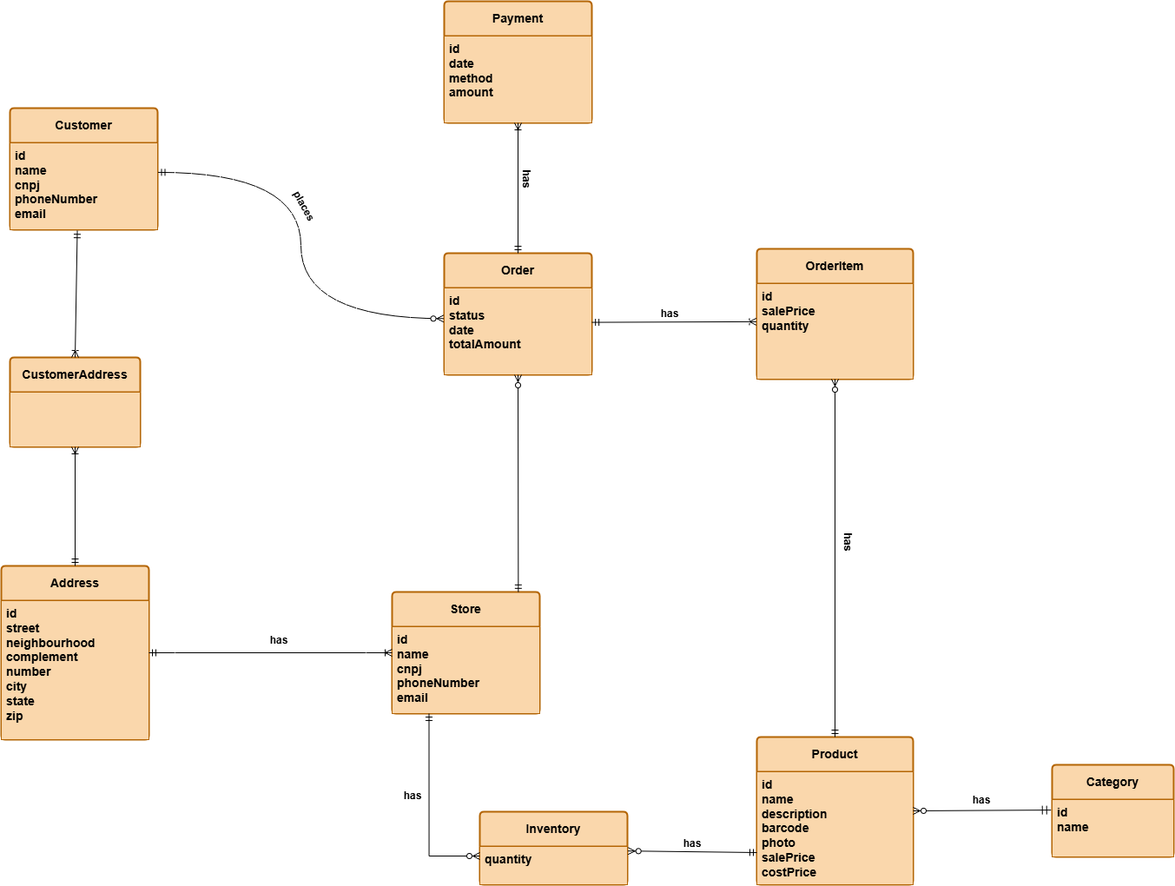
This is database/ER Diagram/logical_data_model/logical_data_model_image.drawio.png from lucasferreira09/Store_Management_System, a draw.io export, as it was before one commit. Source tidied: cells renumbered, new cells last; positions are measured from the earlier drawing's top-left corner, leaving out a move shared by most shapes.
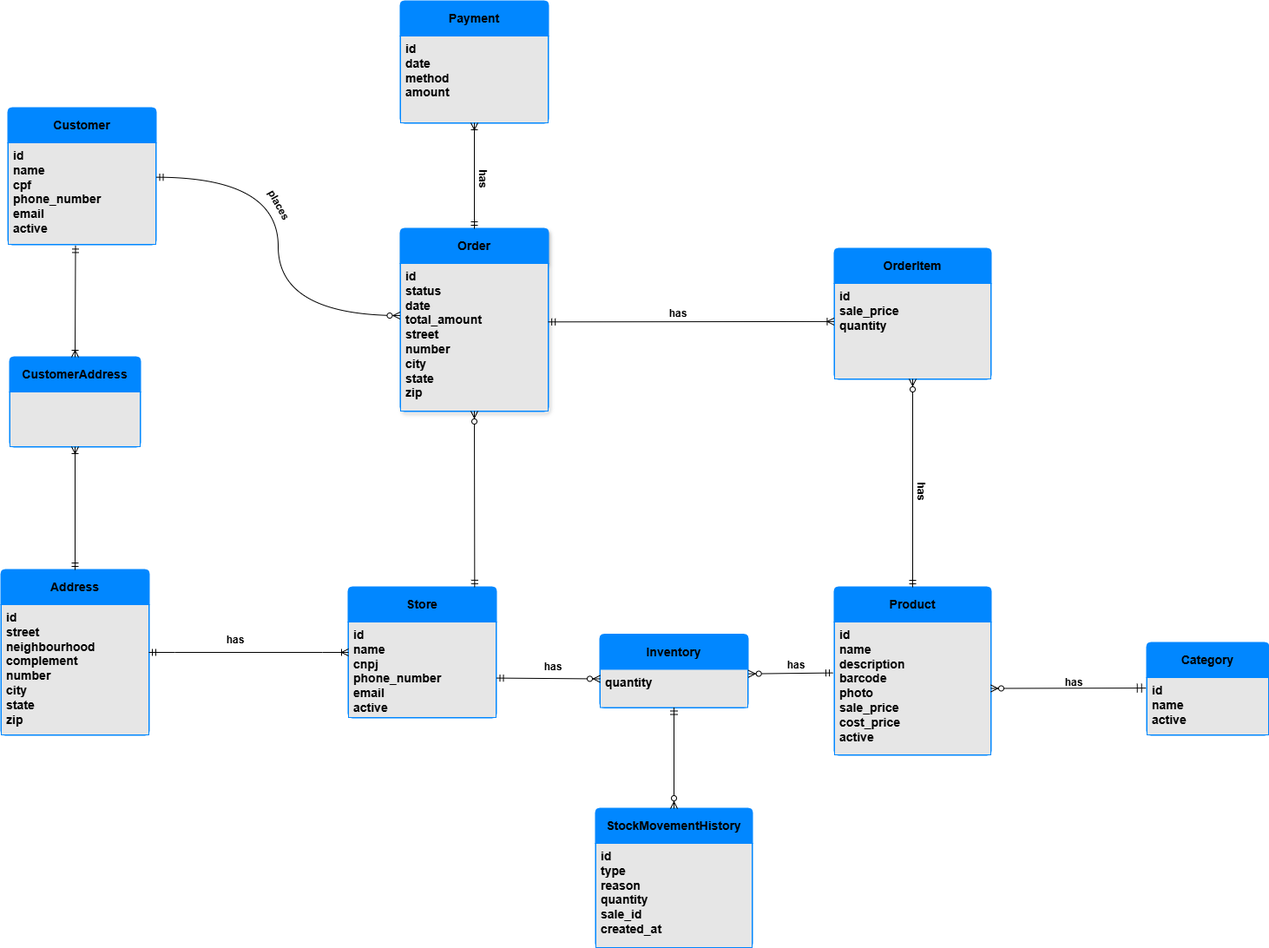
Above is the later version.

The edit, as a diff of the source:
```diff
@@ -4,68 +4,67 @@
     <mxCell id="1" parent="0" />
-    <mxCell id="2" value="Store" style="swimlane;horizontal=1;startSize=40;rounded=1;fontSize=14;fontStyle=1;strokeWidth=2;shadow=0;dashed=0;align=center;arcSize=4;whiteSpace=wrap;html=1;fillStyle=auto;fontFamily=Helvetica;labelBackgroundColor=none;fillColor=#fad7ac;strokeColor=#b46504;" parent="1" vertex="1">
-      <mxGeometry x="450" y="680" width="170" height="140" as="geometry" />
+    <mxCell id="2" value="Store" style="swimlane;horizontal=1;startSize=40;rounded=1;fontSize=14;fontStyle=1;strokeWidth=2;shadow=0;dashed=0;align=center;arcSize=4;whiteSpace=wrap;html=1;fillStyle=auto;fontFamily=Helvetica;labelBackgroundColor=none;fillColor=#0187FF;strokeColor=#0187FF;" parent="1" vertex="1">
+      <mxGeometry x="450" y="675" width="170" height="150" as="geometry" />
     </mxCell>
-    <mxCell id="3" value="id&lt;br&gt;name&lt;div&gt;cnpj&lt;/div&gt;&lt;div&gt;phoneNumber&lt;/div&gt;&lt;div&gt;email&lt;/div&gt;" style="align=left;spacingLeft=4;spacingRight=4;fontSize=14;verticalAlign=top;html=1;whiteSpace=wrap;fontStyle=1;labelBackgroundColor=none;fillColor=#fad7ac;strokeColor=#b46504;" parent="2" vertex="1">
-      <mxGeometry y="40" width="170" height="100" as="geometry" />
+    <mxCell id="3" value="id&lt;br&gt;name&lt;div&gt;cnpj&lt;/div&gt;&lt;div&gt;phone_number&lt;/div&gt;&lt;div&gt;email&lt;/div&gt;&lt;div&gt;active&lt;/div&gt;" style="align=left;spacingLeft=4;spacingRight=4;fontSize=14;verticalAlign=top;html=1;whiteSpace=wrap;fontStyle=1;labelBackgroundColor=none;fillColor=#E6E6E6;strokeColor=#0187FF;" parent="2" vertex="1">
+      <mxGeometry y="40" width="170" height="110" as="geometry" />
     </mxCell>
-    <mxCell id="4" value="Address" style="swimlane;horizontal=1;startSize=40;rounded=1;fontSize=14;fontStyle=1;strokeWidth=2;shadow=0;dashed=0;align=center;arcSize=4;whiteSpace=wrap;html=1;fillStyle=auto;fontFamily=Helvetica;fillColor=#fad7ac;strokeColor=#b46504;" parent="1" vertex="1">
-      <mxGeometry y="650" width="170" height="200" as="geometry" />
+    <mxCell id="4" value="Address" style="swimlane;horizontal=1;startSize=40;rounded=1;fontSize=14;fontStyle=1;strokeWidth=2;shadow=0;dashed=0;align=center;arcSize=4;whiteSpace=wrap;html=1;fillStyle=auto;fontFamily=Helvetica;fillColor=#0187FF;strokeColor=#0187FF;" parent="1" vertex="1">
+      <mxGeometry x="50" y="655" width="170" height="190" as="geometry" />
     </mxCell>
-    <mxCell id="5" value="id&lt;br&gt;street&lt;div&gt;neighbourhood&lt;/div&gt;&lt;div&gt;complement&lt;/div&gt;&lt;div&gt;number&lt;/div&gt;&lt;div&gt;city&lt;/div&gt;&lt;div&gt;state&lt;/div&gt;&lt;div&gt;zip&lt;/div&gt;" style="align=left;spacingLeft=4;spacingRight=4;fontSize=14;verticalAlign=top;html=1;whiteSpace=wrap;fontStyle=1;fillColor=#fad7ac;strokeColor=#b46504;" parent="4" vertex="1">
-      <mxGeometry y="40" width="170" height="160" as="geometry" />
+    <mxCell id="5" value="id&lt;br&gt;street&lt;div&gt;neighbourhood&lt;/div&gt;&lt;div&gt;complement&lt;/div&gt;&lt;div&gt;number&lt;/div&gt;&lt;div&gt;city&lt;/div&gt;&lt;div&gt;state&lt;/div&gt;&lt;div&gt;zip&lt;/div&gt;" style="align=left;spacingLeft=4;spacingRight=4;fontSize=14;verticalAlign=top;html=1;whiteSpace=wrap;fontStyle=1;fillColor=#E6E6E6;strokeColor=#0187FF;" parent="4" vertex="1">
+      <mxGeometry y="40" width="170" height="150" as="geometry" />
     </mxCell>
-    <mxCell id="6" value="Customer" style="swimlane;horizontal=1;startSize=40;rounded=1;fontSize=14;fontStyle=1;strokeWidth=2;shadow=0;dashed=0;align=center;arcSize=4;whiteSpace=wrap;html=1;fillStyle=auto;fontFamily=Helvetica;fillColor=#fad7ac;strokeColor=#b46504;" parent="1" vertex="1">
-      <mxGeometry x="10" y="123" width="170" height="140" as="geometry" />
+    <mxCell id="6" value="Customer" style="swimlane;horizontal=1;startSize=40;rounded=1;fontSize=14;fontStyle=1;strokeWidth=2;shadow=0;dashed=0;align=center;arcSize=4;whiteSpace=wrap;html=1;fillStyle=auto;fontFamily=Helvetica;fillColor=#0187FF;strokeColor=#0187FF;" parent="1" vertex="1">
+      <mxGeometry x="58" y="123" width="170" height="157" as="geometry" />
     </mxCell>
-    <mxCell id="7" value="id&lt;br&gt;name&lt;div&gt;cnpj&lt;/div&gt;&lt;div&gt;phoneNumber&lt;/div&gt;&lt;div&gt;email&lt;/div&gt;" style="align=left;spacingLeft=4;spacingRight=4;fontSize=14;verticalAlign=top;html=1;whiteSpace=wrap;fontStyle=1;fillColor=#fad7ac;strokeColor=#b46504;" parent="6" vertex="1">
-      <mxGeometry y="40" width="170" height="100" as="geometry" />
+    <mxCell id="7" value="id&lt;br&gt;name&lt;div&gt;cpf&lt;/div&gt;&lt;div&gt;phone_number&lt;/div&gt;&lt;div&gt;email&lt;/div&gt;&lt;div&gt;active&lt;/div&gt;" style="align=left;spacingLeft=4;spacingRight=4;fontSize=14;verticalAlign=top;html=1;whiteSpace=wrap;fontStyle=1;fillColor=#E6E6E6;strokeColor=#0187FF;" parent="6" vertex="1">
+      <mxGeometry y="40" width="170" height="117" as="geometry" />
     </mxCell>
-    <mxCell id="8" value="Payment" style="swimlane;horizontal=1;startSize=40;rounded=1;fontSize=14;fontStyle=1;strokeWidth=2;shadow=0;dashed=0;align=center;arcSize=4;whiteSpace=wrap;html=1;fillStyle=auto;fontFamily=Helvetica;fillColor=#fad7ac;strokeColor=#b46504;" parent="1" vertex="1">
+    <mxCell id="8" value="Payment" style="swimlane;horizontal=1;startSize=40;rounded=1;fontSize=14;fontStyle=1;strokeWidth=2;shadow=0;dashed=0;align=center;arcSize=4;whiteSpace=wrap;html=1;fillStyle=auto;fontFamily=Helvetica;fillColor=#0187FF;strokeColor=#0187FF;" parent="1" vertex="1">
       <mxGeometry x="510" width="170" height="140" as="geometry" />
     </mxCell>
-    <mxCell id="9" value="id&lt;br&gt;date&lt;div&gt;method&lt;/div&gt;&lt;div&gt;amount&lt;/div&gt;" style="align=left;spacingLeft=4;spacingRight=4;fontSize=14;verticalAlign=top;html=1;whiteSpace=wrap;fontStyle=1;fillColor=#fad7ac;strokeColor=#b46504;" parent="8" vertex="1">
+    <mxCell id="9" value="id&lt;br&gt;date&lt;div&gt;method&lt;/div&gt;&lt;div&gt;amount&lt;/div&gt;" style="align=left;spacingLeft=4;spacingRight=4;fontSize=14;verticalAlign=top;html=1;whiteSpace=wrap;fontStyle=1;fillColor=#E6E6E6;strokeColor=#0187FF;" parent="8" vertex="1">
       <mxGeometry y="40" width="170" height="100" as="geometry" />
     </mxCell>
-    <mxCell id="10" value="Order" style="swimlane;horizontal=1;startSize=40;rounded=1;fontSize=14;fontStyle=1;strokeWidth=2;shadow=0;dashed=0;align=center;arcSize=4;whiteSpace=wrap;html=1;fillStyle=auto;fontFamily=Helvetica;fillColor=#fad7ac;strokeColor=#b46504;" parent="1" vertex="1">
-      <mxGeometry x="510" y="290" width="170" height="140" as="geometry" />
+    <mxCell id="10" value="Order" style="swimlane;horizontal=1;startSize=40;rounded=1;fontSize=14;fontStyle=1;strokeWidth=2;shadow=1;dashed=0;align=center;arcSize=4;whiteSpace=wrap;html=1;fillStyle=auto;fontFamily=Helvetica;fillColor=#0187FF;strokeColor=#0187FF;" parent="1" vertex="1">
+      <mxGeometry x="510" y="262" width="170" height="210" as="geometry" />
     </mxCell>
-    <mxCell id="11" value="id&lt;br&gt;status&lt;div&gt;date&lt;/div&gt;&lt;div&gt;totalAmount&lt;/div&gt;" style="align=left;spacingLeft=4;spacingRight=4;fontSize=14;verticalAlign=top;html=1;whiteSpace=wrap;fontStyle=1;fillColor=#fad7ac;strokeColor=#b46504;" parent="10" vertex="1">
-      <mxGeometry y="40" width="170" height="100" as="geometry" />
+    <mxCell id="11" value="id&lt;br&gt;status&lt;div&gt;date&lt;/div&gt;&lt;div&gt;total_amount&lt;/div&gt;&lt;div&gt;street&lt;/div&gt;&lt;div&gt;number&lt;/div&gt;&lt;div&gt;city&lt;/div&gt;&lt;div&gt;state&lt;/div&gt;&lt;div&gt;zip&lt;/div&gt;" style="align=left;spacingLeft=4;spacingRight=4;fontSize=14;verticalAlign=top;html=1;whiteSpace=wrap;fontStyle=1;fillColor=#E6E6E6;strokeColor=#0187FF;" parent="10" vertex="1">
+      <mxGeometry y="40" width="170" height="170" as="geometry" />
     </mxCell>
-    <mxCell id="12" value="OrderItem" style="swimlane;horizontal=1;startSize=40;rounded=1;fontSize=14;fontStyle=1;strokeWidth=2;shadow=0;dashed=0;align=center;arcSize=4;whiteSpace=wrap;html=1;fillStyle=auto;fontFamily=Helvetica;fillColor=#fad7ac;strokeColor=#b46504;" parent="1" vertex="1">
-      <mxGeometry x="870" y="285" width="180" height="150" as="geometry" />
+    <mxCell id="12" value="OrderItem" style="swimlane;horizontal=1;startSize=40;rounded=1;fontSize=14;fontStyle=1;strokeWidth=2;shadow=0;dashed=0;align=center;arcSize=4;whiteSpace=wrap;html=1;fillStyle=auto;fontFamily=Helvetica;fillColor=#0187FF;strokeColor=#0187FF;" parent="1" vertex="1">
+      <mxGeometry x="1010" y="285" width="180" height="150" as="geometry" />
     </mxCell>
-    <mxCell id="13" value="&lt;div&gt;id&lt;/div&gt;salePrice&lt;div&gt;quantity&lt;/div&gt;&lt;div&gt;&lt;br&gt;&lt;/div&gt;" style="align=left;spacingLeft=4;spacingRight=4;fontSize=14;verticalAlign=top;html=1;whiteSpace=wrap;fontStyle=1;fillColor=#fad7ac;strokeColor=#b46504;" parent="12" vertex="1">
+    <mxCell id="13" value="&lt;div&gt;id&lt;/div&gt;sale_price&lt;div&gt;quantity&lt;/div&gt;&lt;div&gt;&lt;br&gt;&lt;/div&gt;" style="align=left;spacingLeft=4;spacingRight=4;fontSize=14;verticalAlign=top;html=1;whiteSpace=wrap;fontStyle=1;fillColor=#E6E6E6;strokeColor=#0187FF;" parent="12" vertex="1">
       <mxGeometry y="40" width="180" height="110" as="geometry" />
     </mxCell>
+    <mxCell id="41" style="align=left;spacingLeft=4;spacingRight=4;fontSize=14;verticalAlign=top;html=1;whiteSpace=wrap;fontStyle=1;fillColor=#fad7ac;strokeColor=#b46504;" parent="12" vertex="1">
+      <mxGeometry y="150" width="180" as="geometry" />
+    </mxCell>
-    <mxCell id="14" value="Inventory" style="swimlane;horizontal=1;startSize=40;rounded=1;fontSize=14;fontStyle=1;strokeWidth=2;shadow=0;dashed=0;align=center;arcSize=4;whiteSpace=wrap;html=1;fillStyle=auto;fontFamily=Helvetica;fillColor=#fad7ac;strokeColor=#b46504;glass=0;swimlaneLine=1;" parent="1" vertex="1">
-      <mxGeometry x="551" y="933" width="170" height="84" as="geometry" />
+    <mxCell id="14" value="Inventory" style="swimlane;horizontal=1;startSize=40;rounded=1;fontSize=14;fontStyle=1;strokeWidth=2;shadow=0;dashed=0;align=center;arcSize=4;whiteSpace=wrap;html=1;fillStyle=auto;fontFamily=Helvetica;fillColor=#0187FF;strokeColor=#0187FF;glass=0;swimlaneLine=1;" parent="1" vertex="1">
+      <mxGeometry x="740" y="729.5" width="170" height="84" as="geometry" />
     </mxCell>
-    <mxCell id="15" value="&lt;div&gt;&lt;span style=&quot;background-color: transparent; color: light-dark(rgb(0, 0, 0), rgb(255, 255, 255));&quot;&gt;quantity&lt;/span&gt;&lt;/div&gt;&lt;div&gt;&lt;br&gt;&lt;/div&gt;" style="align=left;spacingLeft=4;spacingRight=4;fontSize=14;verticalAlign=top;html=1;whiteSpace=wrap;fontStyle=1;fillColor=#fad7ac;strokeColor=#b46504;" parent="14" vertex="1">
+    <mxCell id="15" value="&lt;div&gt;&lt;span style=&quot;background-color: transparent; color: light-dark(rgb(0, 0, 0), rgb(255, 255, 255));&quot;&gt;quantity&lt;/span&gt;&lt;/div&gt;&lt;div&gt;&lt;br&gt;&lt;/div&gt;" style="align=left;spacingLeft=4;spacingRight=4;fontSize=14;verticalAlign=top;html=1;whiteSpace=wrap;fontStyle=1;fillColor=#E6E6E6;strokeColor=#0187FF;" parent="14" vertex="1">
       <mxGeometry y="40" width="170" height="44" as="geometry" />
     </mxCell>
-    <mxCell id="16" value="Product" style="swimlane;horizontal=1;startSize=40;rounded=1;fontSize=14;fontStyle=1;strokeWidth=2;shadow=0;dashed=0;align=center;arcSize=4;whiteSpace=wrap;html=1;fillStyle=auto;fontFamily=Helvetica;fillColor=#fad7ac;strokeColor=#b46504;" parent="1" vertex="1">
-      <mxGeometry x="870" y="847" width="180" height="170" as="geometry" />
+    <mxCell id="16" value="Product" style="swimlane;horizontal=1;startSize=40;rounded=1;fontSize=14;fontStyle=1;strokeWidth=2;shadow=0;dashed=0;align=center;arcSize=4;whiteSpace=wrap;html=1;fillStyle=auto;fontFamily=Helvetica;fillColor=#0187FF;strokeColor=#0187FF;" parent="1" vertex="1">
+      <mxGeometry x="1010" y="675" width="180" height="193" as="geometry" />
     </mxCell>
-    <mxCell id="17" value="&lt;div&gt;id&lt;/div&gt;&lt;div&gt;name&lt;/div&gt;&lt;div&gt;description&lt;/div&gt;&lt;div&gt;barcode&lt;/div&gt;&lt;div&gt;photo&lt;/div&gt;&lt;div&gt;salePrice&lt;/div&gt;&lt;div&gt;costPrice&lt;/div&gt;" style="align=left;spacingLeft=4;spacingRight=4;fontSize=14;verticalAlign=top;html=1;whiteSpace=wrap;fontStyle=1;fillColor=#fad7ac;strokeColor=#b46504;" parent="16" vertex="1">
-      <mxGeometry y="40" width="180" height="130" as="geometry" />
+    <mxCell id="17" value="&lt;div&gt;id&lt;/div&gt;&lt;div&gt;name&lt;/div&gt;&lt;div&gt;description&lt;/div&gt;&lt;div&gt;barcode&lt;/div&gt;&lt;div&gt;photo&lt;/div&gt;&lt;div&gt;sale_price&lt;/div&gt;&lt;div&gt;cost_price&lt;/div&gt;&lt;div&gt;active&lt;/div&gt;" style="align=left;spacingLeft=4;spacingRight=4;fontSize=14;verticalAlign=top;html=1;whiteSpace=wrap;fontStyle=1;fillColor=#E6E6E6;strokeColor=#0187FF;" parent="16" vertex="1">
+      <mxGeometry y="40" width="180" height="153" as="geometry" />
     </mxCell>
-    <mxCell id="18" value="Category" style="swimlane;horizontal=1;startSize=40;rounded=1;fontSize=14;fontStyle=1;strokeWidth=2;shadow=0;dashed=0;align=center;arcSize=4;whiteSpace=wrap;html=1;fillStyle=auto;fontFamily=Helvetica;fillColor=#fad7ac;strokeColor=#b46504;" parent="1" vertex="1">
-      <mxGeometry x="1210" y="879" width="140" height="106" as="geometry" />
+    <mxCell id="18" value="Category" style="swimlane;horizontal=1;startSize=40;rounded=1;fontSize=14;fontStyle=1;strokeWidth=2;shadow=0;dashed=0;align=center;arcSize=4;whiteSpace=wrap;html=1;fillStyle=auto;fontFamily=Helvetica;fillColor=#0187FF;strokeColor=#0187FF;" parent="1" vertex="1">
+      <mxGeometry x="1370" y="739" width="140" height="106" as="geometry" />
     </mxCell>
-    <mxCell id="19" value="&lt;div&gt;id&lt;/div&gt;&lt;div&gt;name&lt;/div&gt;" style="align=left;spacingLeft=4;spacingRight=4;fontSize=14;verticalAlign=top;html=1;whiteSpace=wrap;fontStyle=1;fillColor=#fad7ac;strokeColor=#b46504;" parent="18" vertex="1">
+    <mxCell id="19" value="&lt;div&gt;id&lt;/div&gt;&lt;div&gt;name&lt;/div&gt;&lt;div&gt;active&lt;/div&gt;" style="align=left;spacingLeft=4;spacingRight=4;fontSize=14;verticalAlign=top;html=1;whiteSpace=wrap;fontStyle=1;fillColor=#E6E6E6;strokeColor=#0187FF;" parent="18" vertex="1">
       <mxGeometry y="40" width="140" height="66" as="geometry" />
     </mxCell>
-    <mxCell id="20" style="fontSize=12;html=1;endArrow=ERzeroToMany;startArrow=ERmandOne;rounded=0;exitX=0.25;exitY=1;exitDx=0;exitDy=0;entryX=0;entryY=0.25;entryDx=0;entryDy=0;edgeStyle=orthogonalEdgeStyle;" parent="1" edge="1" source="3" target="15">
+    <mxCell id="20" style="fontSize=12;html=1;endArrow=ERzeroToMany;startArrow=ERmandOne;rounded=0;entryX=0;entryY=0.25;entryDx=0;entryDy=0;exitX=1.003;exitY=0.587;exitDx=0;exitDy=0;exitPerimeter=0;" parent="1" edge="1" source="3" target="15">
       <mxGeometry relative="1" as="geometry" />
     </mxCell>
-    <mxCell id="21" style="fontSize=12;html=1;endArrow=ERzeroToMany;startArrow=ERmandOne;rounded=0;entryX=1.004;entryY=0.118;entryDx=0;entryDy=0;entryPerimeter=0;" parent="1" edge="1" target="15">
-      <mxGeometry relative="1" as="geometry">
-        <mxPoint x="870" y="980" as="sourcePoint" />
-      </mxGeometry>
+    <mxCell id="21" style="fontSize=12;html=1;endArrow=ERzeroToMany;startArrow=ERmandOne;rounded=0;entryX=1.004;entryY=0.118;entryDx=0;entryDy=0;entryPerimeter=0;exitX=-0.011;exitY=0.383;exitDx=0;exitDy=0;exitPerimeter=0;" parent="1" edge="1" source="17" target="15">
+      <mxGeometry relative="1" as="geometry" />
     </mxCell>
-    <mxCell id="22" style="fontSize=12;html=1;endArrow=ERzeroToMany;startArrow=ERmandOne;rounded=0;jumpSize=14;startSize=8;exitX=-0.009;exitY=0.183;exitDx=0;exitDy=0;exitPerimeter=0;" parent="1" edge="1" source="19">
-      <mxGeometry relative="1" as="geometry">
-        <mxPoint x="1050" y="932" as="targetPoint" />
-      </mxGeometry>
+    <mxCell id="22" style="fontSize=12;html=1;endArrow=ERzeroToMany;startArrow=ERmandOne;rounded=0;jumpSize=14;startSize=8;exitX=-0.009;exitY=0.183;exitDx=0;exitDy=0;exitPerimeter=0;entryX=1;entryY=0.5;entryDx=0;entryDy=0;" parent="1" edge="1" source="19" target="17">
+      <mxGeometry relative="1" as="geometry" />
     </mxCell>
@@ -87,3 +86,3 @@
     <mxCell id="28" value="&lt;b&gt;places&lt;/b&gt;" style="text;html=1;whiteSpace=wrap;strokeColor=none;fillColor=none;align=center;verticalAlign=middle;rounded=0;rotation=61;shadow=1;" parent="1" vertex="1">
-      <mxGeometry x="319" y="221" width="60" height="30" as="geometry" />
+      <mxGeometry x="340" y="220" width="60" height="30" as="geometry" />
     </mxCell>
@@ -93,20 +92,20 @@
     <mxCell id="30" value="&lt;b&gt;has&lt;/b&gt;" style="text;html=1;whiteSpace=wrap;strokeColor=none;fillColor=none;align=center;verticalAlign=middle;rounded=0;shadow=1;" parent="1" vertex="1">
-      <mxGeometry x="438" y="900" width="72" height="30" as="geometry" />
+      <mxGeometry x="650" y="752" width="72" height="30" as="geometry" />
     </mxCell>
     <mxCell id="31" value="&lt;b&gt;has&lt;/b&gt;" style="text;html=1;whiteSpace=wrap;strokeColor=none;fillColor=none;align=center;verticalAlign=middle;rounded=0;shadow=1;" parent="1" vertex="1">
-      <mxGeometry x="760" y="955" width="72" height="30" as="geometry" />
+      <mxGeometry x="930" y="750" width="72" height="30" as="geometry" />
     </mxCell>
     <mxCell id="32" value="&lt;b&gt;has&lt;/b&gt;" style="text;html=1;whiteSpace=wrap;strokeColor=none;fillColor=none;align=center;verticalAlign=middle;rounded=0;rotation=0;shadow=1;" parent="1" vertex="1">
-      <mxGeometry x="740" y="345" width="60" height="30" as="geometry" />
+      <mxGeometry x="800" y="345" width="60" height="30" as="geometry" />
     </mxCell>
     <mxCell id="33" value="&lt;b&gt;has&lt;/b&gt;" style="text;html=1;whiteSpace=wrap;strokeColor=none;fillColor=none;align=center;verticalAlign=middle;rounded=0;shadow=1;" parent="1" vertex="1">
-      <mxGeometry x="1093" y="905" width="72" height="30" as="geometry" />
+      <mxGeometry x="1250" y="770" width="72" height="30" as="geometry" />
     </mxCell>
     <mxCell id="34" value="&lt;b&gt;has&lt;/b&gt;" style="text;html=1;whiteSpace=wrap;strokeColor=none;fillColor=none;align=center;verticalAlign=middle;rounded=0;rotation=90;shadow=1;" parent="1" vertex="1">
-      <mxGeometry x="945" y="608" width="60" height="30" as="geometry" />
+      <mxGeometry x="1080" y="550" width="60" height="30" as="geometry" />
     </mxCell>
-    <mxCell id="35" value="CustomerAddress" style="swimlane;horizontal=1;startSize=40;rounded=1;fontSize=14;fontStyle=1;strokeWidth=2;shadow=0;dashed=0;align=center;arcSize=4;whiteSpace=wrap;html=1;fillStyle=auto;fontFamily=Helvetica;fillColor=#fad7ac;strokeColor=#b46504;" parent="1" vertex="1">
-      <mxGeometry x="10" y="410" width="150" height="103" as="geometry" />
+    <mxCell id="35" value="CustomerAddress" style="swimlane;horizontal=1;startSize=40;rounded=1;fontSize=14;fontStyle=1;strokeWidth=2;shadow=0;dashed=0;align=center;arcSize=4;whiteSpace=wrap;html=1;fillStyle=auto;fontFamily=Helvetica;fillColor=#0187FF;strokeColor=#0187FF;" parent="1" vertex="1">
+      <mxGeometry x="60" y="410" width="150" height="103" as="geometry" />
     </mxCell>
-    <mxCell id="36" style="align=left;spacingLeft=4;spacingRight=4;fontSize=14;verticalAlign=top;html=1;whiteSpace=wrap;fontStyle=1;fillColor=#fad7ac;strokeColor=#b46504;" parent="35" vertex="1">
+    <mxCell id="36" style="align=left;spacingLeft=4;spacingRight=4;fontSize=14;verticalAlign=top;html=1;whiteSpace=wrap;fontStyle=1;fillColor=#E6E6E6;strokeColor=#0187FF;" parent="35" vertex="1">
       <mxGeometry y="40" width="150" height="63" as="geometry" />
@@ -125,2 +124,11 @@
     </mxCell>
+    <mxCell id="42" value="StockMovementHistory" style="swimlane;horizontal=1;startSize=40;rounded=1;fontSize=14;fontStyle=1;strokeWidth=2;shadow=0;dashed=0;align=center;arcSize=4;whiteSpace=wrap;html=1;fillStyle=auto;fontFamily=Helvetica;fillColor=#0187FF;strokeColor=#0187FF;" parent="1" vertex="1">
+      <mxGeometry x="735" y="930" width="180" height="160" as="geometry" />
+    </mxCell>
+    <mxCell id="43" value="&lt;div&gt;id&lt;/div&gt;&lt;div&gt;type&lt;/div&gt;&lt;div&gt;reason&lt;/div&gt;&lt;div&gt;quantity&lt;/div&gt;&lt;div&gt;sale_id&lt;/div&gt;&lt;div&gt;created_at&lt;/div&gt;" style="align=left;spacingLeft=4;spacingRight=4;fontSize=14;verticalAlign=top;html=1;whiteSpace=wrap;fontStyle=1;fillColor=#E6E6E6;strokeColor=#0187FF;" parent="42" vertex="1">
+      <mxGeometry y="40" width="180" height="120" as="geometry" />
+    </mxCell>
+    <mxCell id="44" style="fontSize=12;html=1;endArrow=ERzeroToMany;startArrow=ERmandOne;rounded=0;entryX=0.5;entryY=0;entryDx=0;entryDy=0;exitX=0.5;exitY=1;exitDx=0;exitDy=0;" parent="1" edge="1" source="15" target="42">
+      <mxGeometry relative="1" as="geometry" />
+    </mxCell>
   </root>
```
